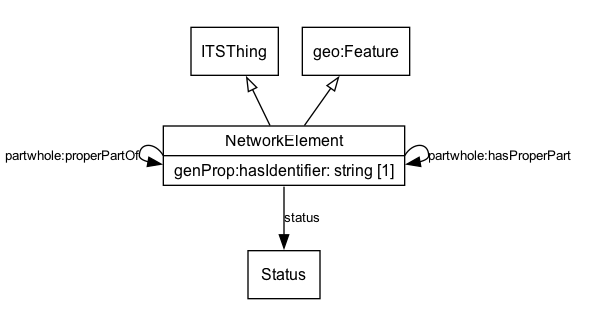
Earlier version of the Graphviz export docs/diagrams/NetworkElement.png (k-vaughn/5087). Its source is kept beside it as docs/diagrams/NetworkElement.dot.
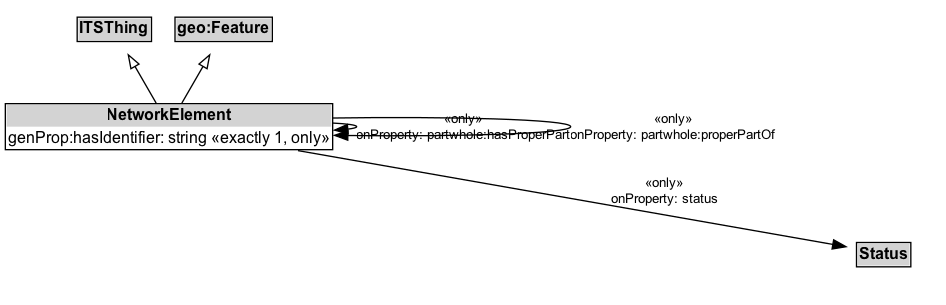
After the change.

What changed in the source:
```diff
@@ -1,23 +1,23 @@
 digraph {
-	graph [overlap=false splines=true]
-	node [fontname=Arial fontsize=12 shape=record]
+	graph [overlap=false rankdir=TB splines=true]
+	node [fontname=Arial fontsize=12 margin=0 shape=none]
 	edge [fontname=Arial fontsize=10]
-	subgraph cluster_main {
-		rankdir=TB style=invis
-		ITSThing [label=ITSThing]
-		geo_Feature [label="geo:Feature"]
-		{
-			rank=max
-			NetworkElement [label="{NetworkElement|genProp:hasIdentifier: string [1]}"]
-		}
-		NetworkElement -> ITSThing [arrowhead=onormal style=solid]
-		NetworkElement -> geo_Feature [arrowhead=onormal style=solid]
-		NetworkElement:e -> NetworkElement [label="partwhole:hasProperPart"]
-		NetworkElement:w -> NetworkElement [label="partwhole:properPartOf"]
+	ITSThing [label=<<TABLE BORDER="1" CELLBORDER="0" CELLSPACING="0" CELLPADDING="1"><TR><TD BGCOLOR="lightgray" ALIGN="CENTER"><B>ITSThing</B></TD></TR></TABLE>> margin=0]
+	geo_Feature [label=<<TABLE BORDER="1" CELLBORDER="0" CELLSPACING="0" CELLPADDING="1"><TR><TD BGCOLOR="lightgray" ALIGN="CENTER"><B>geo:Feature</B></TD></TR></TABLE>> margin=0]
+	{
+		rank=max
+		NetworkElement [label=<<TABLE BORDER="1" CELLBORDER="0" CELLSPACING="0" CELLPADDING="1"><TR><TD BGCOLOR="lightgray" ALIGN="CENTER" PORT="e"><B>NetworkElement</B></TD></TR><TR><TD ALIGN="LEFT">genProp:hasIdentifier: string «exactly 1, only»</TD></TR></TABLE>> margin=0]
 	}
-	subgraph cluster_others {
-		style=invis
-		Status [label=Status]
+	subgraph cluster_associated {
+		label="" style=invis
+		Invis [label=<<TABLE BORDER="0" CELLBORDER="0" CELLSPACING="0" CELLPADDING="1"><TR><TD></TD></TR></TABLE>> margin=0 style=invis]
+		Status [label=<<TABLE BORDER="1" CELLBORDER="0" CELLSPACING="0" CELLPADDING="1"><TR><TD BGCOLOR="lightgray" ALIGN="CENTER"><B>Status</B></TD></TR></TABLE>> margin=0]
 	}
-	NetworkElement:s -> Status [label=status]
+	NetworkElement -> ITSThing [arrowhead=onormal style=solid]
+	NetworkElement -> geo_Feature [arrowhead=onormal style=solid]
+	NetworkElement -> Invis [style=invis]
+	Invis -> Status [style=invis]
+	NetworkElement -> Status [label="«only»\nonProperty: status" arrowhead=normal style=solid]
+	NetworkElement -> NetworkElement [label="«only»\nonProperty: partwhole:hasProperPart" style=solid]
+	NetworkElement -> NetworkElement [label="«only»\nonProperty: partwhole:properPartOf" style=solid]
 }
```
